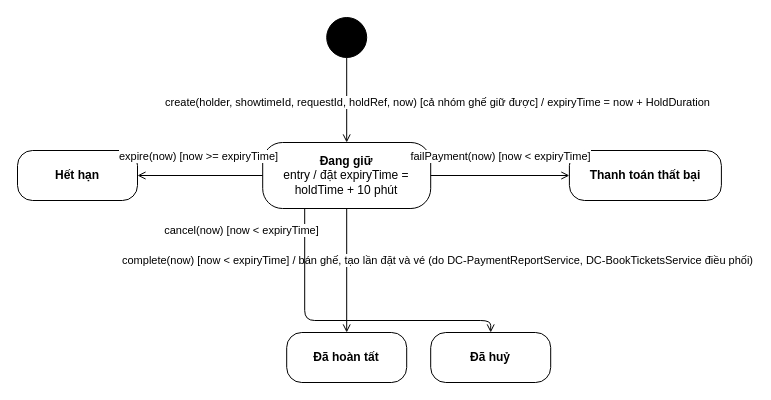
Before: design/diagrams/P12-state-SeatHold.drawio in luytbq/app-dat-ve-xem-phim, a draw.io diagram. Source tidied: cells renumbered, new cells numbered last; positions are measured from the earlier drawing's top-left corner, leaving out a move shared by most shapes. Both pictures are drawn from the tidied source at 100%, with x=0, y=0 at pixel (17, 17).
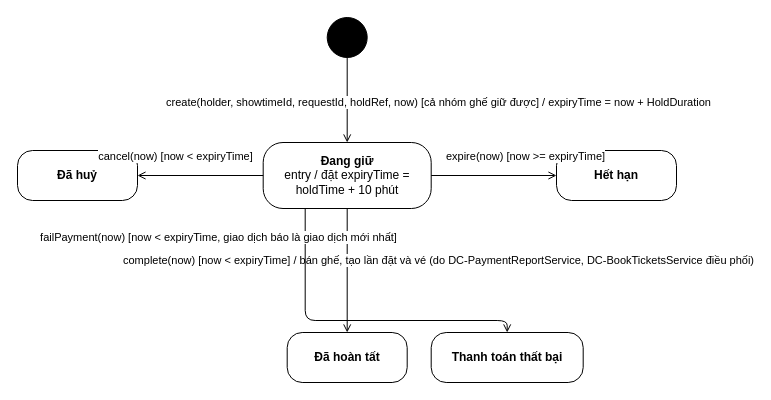
After the change.

What changed in the source:
```diff
@@
 <mxGraphModel>
   <root>
     <mxCell id="0" />
     <mxCell id="1" parent="0" />
     <mxCell id="2" style="ellipse;fillColor=#000000;" parent="1" vertex="1">
-      <mxGeometry x="309.2" width="40" height="40" as="geometry" />
+      <mxGeometry x="309.7" width="40" height="40" as="geometry" />
     </mxCell>
     <mxCell id="3" value="&lt;b&gt;Đang giữ&lt;/b&gt;&lt;br&gt;entry / đặt expiryTime = holdTime + 10 phút" style="rounded=1;whiteSpace=wrap;html=1;arcSize=30;" parent="1" vertex="1">
-      <mxGeometry x="245.2" y="125" width="168" height="66" as="geometry" />
+      <mxGeometry x="245.7" y="125" width="168" height="66" as="geometry" />
     </mxCell>
     <mxCell id="4" value="&lt;b&gt;Đã hoàn tất&lt;/b&gt;" style="rounded=1;whiteSpace=wrap;html=1;arcSize=30;" parent="1" vertex="1">
-      <mxGeometry x="269.2" y="315" width="120" height="50" as="geometry" />
+      <mxGeometry x="269.7" y="315" width="120" height="50" as="geometry" />
     </mxCell>
     <mxCell id="5" value="&lt;b&gt;Hết hạn&lt;/b&gt;" style="rounded=1;whiteSpace=wrap;html=1;arcSize=30;" parent="1" vertex="1">
-      <mxGeometry y="133" width="120" height="50" as="geometry" />
+      <mxGeometry x="539" y="133" width="120" height="50" as="geometry" />
     </mxCell>
     <mxCell id="6" value="&lt;b&gt;Đã huỷ&lt;/b&gt;" style="rounded=1;whiteSpace=wrap;html=1;arcSize=30;" parent="1" vertex="1">
-      <mxGeometry x="413.2" y="315" width="120" height="50" as="geometry" />
+      <mxGeometry y="133" width="120" height="50" as="geometry" />
     </mxCell>
     <mxCell id="7" value="&lt;b&gt;Thanh toán thất bại&lt;/b&gt;" style="rounded=1;whiteSpace=wrap;html=1;arcSize=30;" parent="1" vertex="1">
-      <mxGeometry x="551.9" y="133" width="152" height="50" as="geometry" />
+      <mxGeometry x="413.7" y="315" width="152" height="50" as="geometry" />
     </mxCell>
     <mxCell id="8" value="create(holder, showtimeId, requestId, holdRef, now) [cả nhóm ghế giữ được] / expiryTime = now + HoldDuration" style="endArrow=open;endFill=0;html=1;edgeStyle=orthogonalEdgeStyle;exitX=0.5;exitY=1;exitDx=0;exitDy=0;entryX=0.5;entryY=0;entryDx=0;entryDy=0;" parent="1" edge="1" source="2" target="3">
       <mxGeometry x="0.05" relative="1" as="geometry">
         <mxPoint x="91.1" as="offset" />
       </mxGeometry>
     </mxCell>
     <mxCell id="9" value="complete(now) [now &lt; expiryTime] / bán ghế, tạo lần đặt và vé (do DC-PaymentReportService, DC-BookTicketsService điều phối)" style="endArrow=open;endFill=0;html=1;edgeStyle=orthogonalEdgeStyle;exitX=0.5;exitY=1;exitDx=0;exitDy=0;entryX=0.5;entryY=0;entryDx=0;entryDy=0;" parent="1" edge="1" source="3" target="4">
       <mxGeometry x="-0.16" relative="1" as="geometry">
         <mxPoint x="91.2" as="offset" />
       </mxGeometry>
     </mxCell>
-    <mxCell id="10" value="expire(now) [now &gt;= expiryTime]" style="endArrow=open;endFill=0;html=1;edgeStyle=orthogonalEdgeStyle;exitX=0;exitY=0.5;exitDx=0;exitDy=0;entryX=1;entryY=0.5;entryDx=0;entryDy=0;" parent="1" edge="1" source="3" target="5">
-      <mxGeometry x="0.02" relative="1" as="geometry">
+    <mxCell id="10" value="expire(now) [now &gt;= expiryTime]" style="endArrow=open;endFill=0;html=1;edgeStyle=orthogonalEdgeStyle;exitX=1;exitY=0.5;exitDx=0;exitDy=0;entryX=0;entryY=0.5;entryDx=0;entryDy=0;" parent="1" edge="1" source="3" target="5">
+      <mxGeometry x="0.5" relative="1" as="geometry">
         <mxPoint y="-19" as="offset" />
       </mxGeometry>
     </mxCell>
-    <mxCell id="11" value="cancel(now) [now &lt; expiryTime]" style="endArrow=open;endFill=0;html=1;edgeStyle=orthogonalEdgeStyle;exitX=0.25;exitY=1;exitDx=0;exitDy=0;entryX=0.5;entryY=0;entryDx=0;entryDy=0;" parent="1" edge="1" source="3" target="6">
-      <mxGeometry x="-0.86" relative="1" as="geometry">
-        <Array as="points">
-          <mxPoint x="287.2" y="303" />
-          <mxPoint x="473.2" y="303" />
-        </Array>
-        <mxPoint x="-62.9" as="offset" />
+    <mxCell id="11" value="cancel(now) [now &lt; expiryTime]" style="endArrow=open;endFill=0;html=1;edgeStyle=orthogonalEdgeStyle;exitX=0;exitY=0.5;exitDx=0;exitDy=0;entryX=1;entryY=0.5;entryDx=0;entryDy=0;" parent="1" edge="1" source="3" target="6">
+      <mxGeometry x="0.4" relative="1" as="geometry">
+        <mxPoint y="-19" as="offset" />
       </mxGeometry>
     </mxCell>
-    <mxCell id="12" value="failPayment(now) [now &lt; expiryTime]" style="endArrow=open;endFill=0;html=1;edgeStyle=orthogonalEdgeStyle;exitX=1;exitY=0.5;exitDx=0;exitDy=0;entryX=0;entryY=0.5;entryDx=0;entryDy=0;" parent="1" edge="1" source="3" target="7">
-      <mxGeometry x="0.01" relative="1" as="geometry">
-        <mxPoint y="-19" as="offset" />
+    <mxCell id="12" value="failPayment(now) [now &lt; expiryTime, giao dịch báo là giao dịch mới nhất]" style="endArrow=open;endFill=0;html=1;edgeStyle=orthogonalEdgeStyle;exitX=0.25;exitY=1;exitDx=0;exitDy=0;entryX=0.5;entryY=0;entryDx=0;entryDy=0;" parent="1" edge="1" source="3" target="7">
+      <mxGeometry x="-0.82" relative="1" as="geometry">
+        <Array as="points">
+          <mxPoint x="287.7" y="303" />
+          <mxPoint x="489.7" y="303" />
+        </Array>
+        <mxPoint x="-86.8" as="offset" />
       </mxGeometry>
     </mxCell>
   </root>
 </mxGraphModel>
```
